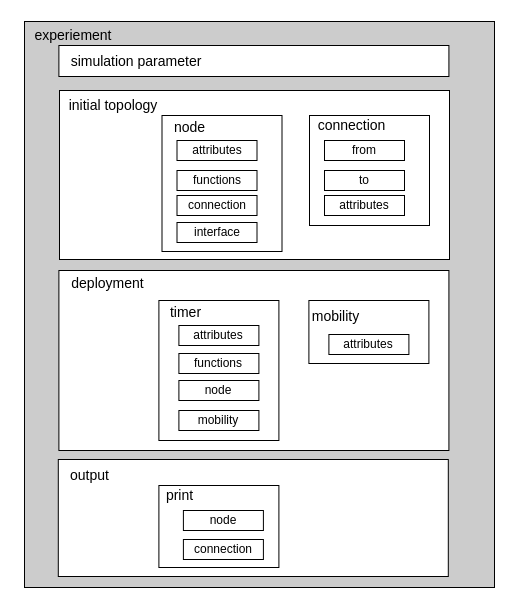
Earlier version of the draw.io diagram 描述语言体系结构.drawio (Icarus1994/neutron_conf). Source tidied: cells renumbered, new cells numbered last; positions are measured from the earlier drawing's top-left corner, leaving out a move shared by most shapes. Both pictures are drawn from the tidied source at 100%, with x=0, y=0 at pixel (16, 21).
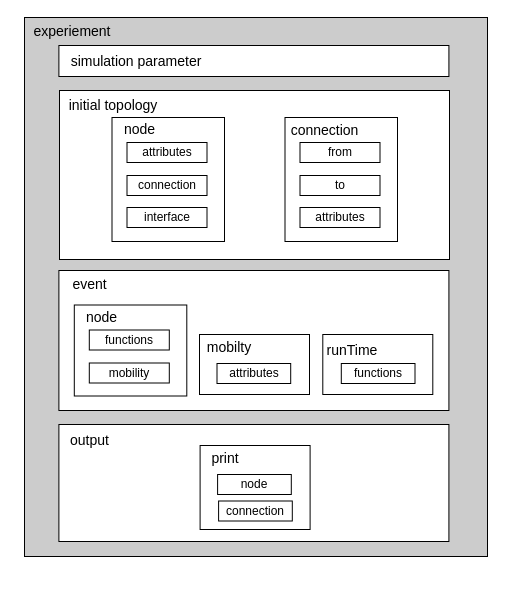
After the change.

Commit message (it also covers changes not shown here):
Update 描述语言体系结构.drawio

What changed in the source:
```diff
@@
     <mxCell id="2" style="rounded=0;whiteSpace=wrap;html=1;fillColor=#CCCCCC;" parent="1" vertex="1">
-      <mxGeometry x="8" width="470" height="566" as="geometry" />
+      <mxGeometry x="8" y="-4" width="463" height="539" as="geometry" />
     </mxCell>
     <mxCell id="3" style="rounded=0;whiteSpace=wrap;html=1;fillColor=#FFFFFF;" parent="1" vertex="1">
-      <mxGeometry x="41.8" y="438" width="390" height="117" as="geometry" />
+      <mxGeometry x="42.4" y="403" width="390" height="117" as="geometry" />
     </mxCell>
@@
     <mxCell id="8" style="rounded=0;whiteSpace=wrap;html=1;fillColor=#FFFFFF;" parent="1" vertex="1">
-      <mxGeometry x="42.4" y="249" width="390" height="180" as="geometry" />
+      <mxGeometry x="42.4" y="249" width="390" height="140" as="geometry" />
     </mxCell>
-    <mxCell id="9" value="&lt;font style=&quot;font-size: 14px&quot;&gt;deployment&lt;/font&gt;" style="text;html=1;strokeColor=none;fillColor=none;align=center;verticalAlign=middle;whiteSpace=wrap;rounded=0;" parent="1" vertex="1">
-      <mxGeometry x="19" y="252" width="145" height="20" as="geometry" />
+    <mxCell id="9" value="&lt;span style=&quot;font-size: 14px&quot;&gt;event&lt;/span&gt;" style="text;html=1;strokeColor=none;fillColor=none;align=center;verticalAlign=middle;whiteSpace=wrap;rounded=0;" parent="1" vertex="1">
+      <mxGeometry x="0.5" y="253" width="145" height="20" as="geometry" />
     </mxCell>
     <mxCell id="10" value="&lt;font style=&quot;font-size: 14px&quot;&gt;output&lt;/font&gt;" style="text;html=1;strokeColor=none;fillColor=none;align=center;verticalAlign=middle;whiteSpace=wrap;rounded=0;" parent="1" vertex="1">
-      <mxGeometry x="0.5" y="444" width="145" height="20" as="geometry" />
+      <mxGeometry x="1.1" y="409" width="145" height="20" as="geometry" />
     </mxCell>
-    <mxCell id="11" style="rounded=0;whiteSpace=wrap;html=1;fillColor=#FFFFFF;" parent="1" vertex="1">
-      <mxGeometry x="142.4" y="464" width="120" height="82" as="geometry" />
-    </mxCell>
-    <mxCell id="12" style="group;" parent="1" vertex="1">
-      <mxGeometry x="97.4" y="279" width="165" height="140" as="geometry" />
-    </mxCell>
-    <mxCell id="13" style="rounded=0;whiteSpace=wrap;html=1;fillColor=#FFFFFF;" parent="12" vertex="1">
-      <mxGeometry x="45" width="120" height="140" as="geometry" />
-    </mxCell>
-    <mxCell id="14" value="&lt;font style=&quot;font-size: 14px&quot;&gt;timer&lt;/font&gt;" style="text;html=1;strokeColor=none;fillColor=none;align=center;verticalAlign=middle;whiteSpace=wrap;rounded=0;" parent="12" vertex="1">
-      <mxGeometry y="2" width="145" height="20" as="geometry" />
-    </mxCell>
-    <mxCell id="15" value="attributes" style="rounded=0;whiteSpace=wrap;html=1;fillColor=#FFFFFF;" parent="12" vertex="1">
-      <mxGeometry x="65" y="25" width="80" height="20" as="geometry" />
-    </mxCell>
-    <mxCell id="16" value="functions" style="rounded=0;whiteSpace=wrap;html=1;fillColor=#FFFFFF;" parent="12" vertex="1">
-      <mxGeometry x="65" y="53" width="80" height="20" as="geometry" />
-    </mxCell>
-    <mxCell id="17" value="node" style="rounded=0;whiteSpace=wrap;html=1;fillColor=#FFFFFF;" parent="12" vertex="1">
-      <mxGeometry x="65" y="80" width="80" height="20" as="geometry" />
-    </mxCell>
-    <mxCell id="18" value="mobility" style="rounded=0;whiteSpace=wrap;html=1;fillColor=#FFFFFF;" parent="12" vertex="1">
-      <mxGeometry x="65" y="110" width="80" height="20" as="geometry" />
-    </mxCell>
-    <mxCell id="19" style="group;" parent="1" vertex="1">
-      <mxGeometry x="248" y="94" width="165" height="110" as="geometry" />
-    </mxCell>
-    <mxCell id="20" style="rounded=0;whiteSpace=wrap;html=1;fillColor=#FFFFFF;" parent="19" vertex="1">
-      <mxGeometry x="45" width="120" height="110" as="geometry" />
-    </mxCell>
-    <mxCell id="21" value="&lt;font style=&quot;font-size: 14px&quot;&gt;connection&lt;/font&gt;" style="text;html=1;strokeColor=none;fillColor=none;align=center;verticalAlign=middle;whiteSpace=wrap;rounded=0;" parent="19" vertex="1">
-      <mxGeometry x="15" width="145" height="20" as="geometry" />
-    </mxCell>
-    <mxCell id="22" value="from" style="rounded=0;whiteSpace=wrap;html=1;fillColor=#FFFFFF;" parent="19" vertex="1">
-      <mxGeometry x="60" y="25" width="80" height="20" as="geometry" />
-    </mxCell>
-    <mxCell id="23" value="to" style="rounded=0;whiteSpace=wrap;html=1;fillColor=#FFFFFF;" parent="19" vertex="1">
-      <mxGeometry x="60" y="55" width="80" height="20" as="geometry" />
-    </mxCell>
-    <mxCell id="24" value="attributes" style="rounded=0;whiteSpace=wrap;html=1;fillColor=#FFFFFF;" parent="19" vertex="1">
-      <mxGeometry x="60" y="80" width="80" height="20" as="geometry" />
-    </mxCell>
     <mxCell id="25" value="&lt;span style=&quot;font-size: 14px&quot;&gt;experiement&lt;/span&gt;" style="text;html=1;strokeColor=none;fillColor=none;align=center;verticalAlign=middle;whiteSpace=wrap;rounded=0;" parent="1" vertex="1">
-      <mxGeometry x="17.4" y="4" width="80" height="20" as="geometry" />
+      <mxGeometry x="15.5" width="80" height="20" as="geometry" />
     </mxCell>
     <mxCell id="26" style="rounded=0;whiteSpace=wrap;html=1;fillColor=#FFFFFF;" parent="1" vertex="1">
-      <mxGeometry x="145.5" y="94" width="120" height="136" as="geometry" />
+      <mxGeometry x="95.5" y="96" width="112.5" height="124" as="geometry" />
     </mxCell>
     <mxCell id="27" value="&lt;font style=&quot;font-size: 14px&quot;&gt;node&lt;/font&gt;" style="text;html=1;strokeColor=none;fillColor=none;align=center;verticalAlign=middle;whiteSpace=wrap;rounded=0;" parent="1" vertex="1">
-      <mxGeometry x="100.5" y="96" width="145" height="20" as="geometry" />
+      <mxGeometry x="50.5" y="98" width="145" height="20" as="geometry" />
     </mxCell>
     <mxCell id="28" value="attributes" style="rounded=0;whiteSpace=wrap;html=1;fillColor=#FFFFFF;" parent="1" vertex="1">
-      <mxGeometry x="160.5" y="119" width="80" height="20" as="geometry" />
+      <mxGeometry x="110.5" y="121" width="80" height="20" as="geometry" />
     </mxCell>
-    <mxCell id="29" value="functions" style="rounded=0;whiteSpace=wrap;html=1;fillColor=#FFFFFF;" parent="1" vertex="1">
-      <mxGeometry x="160.5" y="149" width="80" height="20" as="geometry" />
-    </mxCell>
     <mxCell id="30" value="connection" style="rounded=0;whiteSpace=wrap;html=1;fillColor=#FFFFFF;" parent="1" vertex="1">
-      <mxGeometry x="160.5" y="174" width="80" height="20" as="geometry" />
+      <mxGeometry x="110.5" y="154" width="80" height="20" as="geometry" />
     </mxCell>
-    <mxCell id="31" style="group;" parent="1" vertex="1">
-      <mxGeometry x="247.4" y="279" width="165" height="63" as="geometry" />
-    </mxCell>
-    <mxCell id="32" style="rounded=0;whiteSpace=wrap;html=1;fillColor=#FFFFFF;" parent="31" vertex="1">
-      <mxGeometry x="45" width="120" height="63" as="geometry" />
-    </mxCell>
-    <mxCell id="33" value="&lt;font style=&quot;font-size: 14px&quot;&gt;mobility&lt;/font&gt;" style="text;html=1;strokeColor=none;fillColor=none;align=center;verticalAlign=middle;whiteSpace=wrap;rounded=0;" parent="31" vertex="1">
-      <mxGeometry y="6" width="145" height="20" as="geometry" />
-    </mxCell>
-    <mxCell id="34" value="attributes" style="rounded=0;whiteSpace=wrap;html=1;fillColor=#FFFFFF;" parent="31" vertex="1">
-      <mxGeometry x="65" y="34" width="80" height="20" as="geometry" />
-    </mxCell>
-    <mxCell id="35" value="node" style="rounded=0;whiteSpace=wrap;html=1;fillColor=#FFFFFF;" parent="1" vertex="1">
-      <mxGeometry x="166.9" y="489" width="80" height="20" as="geometry" />
-    </mxCell>
+    <mxCell id="37" value="interface" style="rounded=0;whiteSpace=wrap;html=1;fillColor=#FFFFFF;" parent="1" vertex="1">
+      <mxGeometry x="110.5" y="186" width="80" height="20" as="geometry" />
+    </mxCell>
+    <mxCell id="39" style="rounded=0;whiteSpace=wrap;html=1;" parent="1" vertex="1">
+      <mxGeometry x="306.3" y="313" width="110" height="60" as="geometry" />
+    </mxCell>
+    <mxCell id="40" style="rounded=0;whiteSpace=wrap;html=1;" parent="1" vertex="1">
+      <mxGeometry x="183" y="313" width="110" height="60" as="geometry" />
+    </mxCell>
+    <mxCell id="41" value="&lt;font style=&quot;font-size: 14px&quot;&gt;runTime&lt;/font&gt;" style="text;html=1;strokeColor=none;fillColor=none;align=center;verticalAlign=middle;whiteSpace=wrap;rounded=0;" parent="1" vertex="1">
+      <mxGeometry x="268.5" y="319" width="133.6" height="20" as="geometry" />
+    </mxCell>
+    <mxCell id="42" value="functions" style="rounded=0;whiteSpace=wrap;html=1;fillColor=#FFFFFF;" parent="1" vertex="1">
+      <mxGeometry x="324.8" y="342" width="73.7" height="20" as="geometry" />
+    </mxCell>
+    <mxCell id="43" value="&lt;font style=&quot;font-size: 14px&quot;&gt;mobilty&lt;/font&gt;" style="text;html=1;strokeColor=none;fillColor=none;align=center;verticalAlign=middle;whiteSpace=wrap;rounded=0;" parent="1" vertex="1">
+      <mxGeometry x="145.5" y="316" width="133.6" height="20" as="geometry" />
+    </mxCell>
+    <mxCell id="44" value="attributes" style="rounded=0;whiteSpace=wrap;html=1;fillColor=#FFFFFF;" parent="1" vertex="1">
+      <mxGeometry x="200.5" y="342" width="73.7" height="20" as="geometry" />
+    </mxCell>
+    <mxCell id="45" style="rounded=0;whiteSpace=wrap;html=1;fillColor=#FFFFFF;" parent="1" vertex="1">
+      <mxGeometry x="268.5" y="96" width="112.5" height="124" as="geometry" />
+    </mxCell>
+    <mxCell id="21" value="&lt;font style=&quot;font-size: 14px&quot;&gt;connection&lt;/font&gt;" style="text;html=1;strokeColor=none;fillColor=none;align=center;verticalAlign=middle;whiteSpace=wrap;rounded=0;" parent="1" vertex="1">
+      <mxGeometry x="236" y="98.5" width="145" height="20" as="geometry" />
+    </mxCell>
+    <mxCell id="22" value="from" style="rounded=0;whiteSpace=wrap;html=1;fillColor=#FFFFFF;" parent="1" vertex="1">
+      <mxGeometry x="283.5" y="121" width="80" height="20" as="geometry" />
+    </mxCell>
+    <mxCell id="23" value="to" style="rounded=0;whiteSpace=wrap;html=1;fillColor=#FFFFFF;" parent="1" vertex="1">
+      <mxGeometry x="283.5" y="154" width="80" height="20" as="geometry" />
+    </mxCell>
+    <mxCell id="46" value="attributes" style="rounded=0;whiteSpace=wrap;html=1;fillColor=#FFFFFF;" parent="1" vertex="1">
+      <mxGeometry x="283.5" y="186" width="80" height="20" as="geometry" />
+    </mxCell>
+    <mxCell id="47" style="rounded=0;whiteSpace=wrap;html=1;fillColor=#FFFFFF;" parent="1" vertex="1">
+      <mxGeometry x="57.8" y="283.5" width="112.5" height="91" as="geometry" />
+    </mxCell>
+    <mxCell id="48" value="&lt;font style=&quot;font-size: 14px&quot;&gt;node&lt;/font&gt;" style="text;html=1;strokeColor=none;fillColor=none;align=center;verticalAlign=middle;whiteSpace=wrap;rounded=0;" parent="1" vertex="1">
+      <mxGeometry x="12.8" y="285.5" width="145" height="20" as="geometry" />
+    </mxCell>
+    <mxCell id="49" value="functions" style="rounded=0;whiteSpace=wrap;html=1;fillColor=#FFFFFF;" parent="1" vertex="1">
+      <mxGeometry x="72.8" y="308.5" width="80" height="20" as="geometry" />
+    </mxCell>
+    <mxCell id="18" value="mobility" style="rounded=0;whiteSpace=wrap;html=1;fillColor=#FFFFFF;" parent="1" vertex="1">
+      <mxGeometry x="72.8" y="341.5" width="80" height="20" as="geometry" />
+    </mxCell>
+    <mxCell id="50" style="rounded=0;whiteSpace=wrap;html=1;" parent="1" vertex="1">
+      <mxGeometry x="183.6" y="424" width="110" height="84" as="geometry" />
+    </mxCell>
+    <mxCell id="38" value="&lt;font style=&quot;font-size: 14px&quot;&gt;print&lt;/font&gt;" style="text;html=1;strokeColor=none;fillColor=none;align=center;verticalAlign=middle;whiteSpace=wrap;rounded=0;" parent="1" vertex="1">
+      <mxGeometry x="142.1" y="427" width="133.6" height="20" as="geometry" />
+    </mxCell>
+    <mxCell id="51" value="node" style="rounded=0;whiteSpace=wrap;html=1;fillColor=#FFFFFF;" parent="1" vertex="1">
+      <mxGeometry x="201.1" y="453" width="73.7" height="20" as="geometry" />
+    </mxCell>
     <mxCell id="36" value="connection" style="rounded=0;whiteSpace=wrap;html=1;fillColor=#FFFFFF;" parent="1" vertex="1">
-      <mxGeometry x="166.9" y="518" width="80" height="20" as="geometry" />
+      <mxGeometry x="202.1" y="479.5" width="73.7" height="20" as="geometry" />
     </mxCell>
-    <mxCell id="37" value="interface" style="rounded=0;whiteSpace=wrap;html=1;fillColor=#FFFFFF;" parent="1" vertex="1">
-      <mxGeometry x="160.5" y="201" width="80" height="20" as="geometry" />
-    </mxCell>
-    <mxCell id="38" value="&lt;font style=&quot;font-size: 14px&quot;&gt;print&lt;/font&gt;" style="text;html=1;strokeColor=none;fillColor=none;align=center;verticalAlign=middle;whiteSpace=wrap;rounded=0;" parent="1" vertex="1">
-      <mxGeometry x="91" y="464" width="145" height="20" as="geometry" />
-    </mxCell>
```
